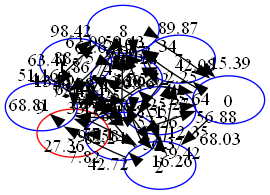
This is Projekt/rysunek.png from Erdahil/AiSD2-projekt, a Graphviz export, as it was before one commit. Its source is kept beside it as Projekt/rysunek.dot. Its diagram source:
```dot
digraph G {
    layout=sfdp;
    0 [pos="-49.8,-14.22!", label="0", color="blue"];
    1 [pos="-33.79,-45.75!", label="1", color="blue"];
    2 [pos="-40.56,-12.18!", label="2", color="blue"];
    3 [pos="83.63,-53.39!", label="3", color="red"];
    4 [pos="-86.33,14.37!", label="4", color="blue"];
    5 [pos="-28.54,7.28!", label="5", color="blue"];
    6 [pos="83.96,-93.85!", label="6", color="blue"];
    7 [pos="-56.5,7.86!", label="7", color="blue"];
    8 [pos="-53.5,-74.68!", label="8", color="blue"];
    9 [pos="3.24,-76.03!", label="9", color="blue"];
    0 -> 7 [label="2.25"];
    0 -> 2 [label="68.03"];
    0 -> 8 [label="42.08"];
    1 -> 7 [label="25.64"];
    1 -> 9 [label="33.37"];
    1 -> 4 [label="56.37"];
    1 -> 8 [label="74.92"];
    1 -> 0 [label="56.88"];
    1 -> 5 [label="20.2"];
    1 -> 3 [label="17.51"];
    1 -> 6 [label="5.6"];
    2 -> 6 [label="53.26"];
    2 -> 7 [label="12.35"];
    2 -> 4 [label="42.72"];
    2 -> 5 [label="77.1"];
    2 -> 9 [label="7.82"];
    2 -> 1 [label="59.42"];
    3 -> 9 [label="68.81"];
    4 -> 8 [label="53.3"];
    4 -> 9 [label="96.58"];
    4 -> 2 [label="16.26"];
    4 -> 3 [label="27.36"];
    4 -> 0 [label="18.55"];
    4 -> 6 [label="33.72"];
    4 -> 1 [label="22.92"];
    5 -> 3 [label="13.79"];
    5 -> 2 [label="75.25"];
    5 -> 4 [label="30.28"];
    5 -> 9 [label="51.16"];
    5 -> 7 [label="96.2"];
    5 -> 8 [label="98.42"];
    5 -> 6 [label="83.61"];
    6 -> 4 [label="58.53"];
    6 -> 7 [label="92.24"];
    6 -> 2 [label="25.27"];
    6 -> 5 [label="1.86"];
    6 -> 0 [label="5.52"];
    6 -> 9 [label="65.79"];
    6 -> 8 [label="66.63"];
    6 -> 3 [label="51.84"];
    7 -> 4 [label="16.96"];
    7 -> 8 [label="59.43"];
    7 -> 3 [label="2.5"];
    7 -> 0 [label="15.39"];
    8 -> 9 [label="88.75"];
    8 -> 0 [label="34"];
    8 -> 1 [label="61.07"];
    8 -> 6 [label="10"];
    8 -> 3 [label="18.4"];
    8 -> 5 [label="62.09"];
    8 -> 7 [label="89.87"];
    9 -> 6 [label="44.46"];
    9 -> 8 [label="63.41"];
    9 -> 2 [label="82.2"];
    9 -> 1 [label="72.45"];
}
```
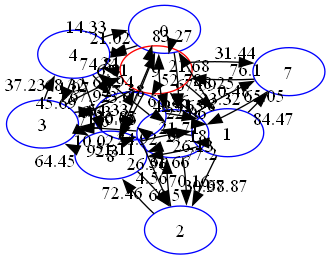
Later version of the same file.

What changed in the source:
```diff
@@ -1,68 +1,64 @@
 digraph G {
     layout=sfdp;
-    0 [pos="-49.8,-14.22!", label="0", color="blue"];
-    1 [pos="-33.79,-45.75!", label="1", color="blue"];
-    2 [pos="-40.56,-12.18!", label="2", color="blue"];
-    3 [pos="83.63,-53.39!", label="3", color="red"];
-    4 [pos="-86.33,14.37!", label="4", color="blue"];
-    5 [pos="-28.54,7.28!", label="5", color="blue"];
-    6 [pos="83.96,-93.85!", label="6", color="blue"];
-    7 [pos="-56.5,7.86!", label="7", color="blue"];
-    8 [pos="-53.5,-74.68!", label="8", color="blue"];
-    9 [pos="3.24,-76.03!", label="9", color="blue"];
-    0 -> 7 [label="2.25"];
-    0 -> 2 [label="68.03"];
-    0 -> 8 [label="42.08"];
-    1 -> 7 [label="25.64"];
-    1 -> 9 [label="33.37"];
-    1 -> 4 [label="56.37"];
-    1 -> 8 [label="74.92"];
-    1 -> 0 [label="56.88"];
-    1 -> 5 [label="20.2"];
-    1 -> 3 [label="17.51"];
-    1 -> 6 [label="5.6"];
-    2 -> 6 [label="53.26"];
-    2 -> 7 [label="12.35"];
-    2 -> 4 [label="42.72"];
-    2 -> 5 [label="77.1"];
-    2 -> 9 [label="7.82"];
-    2 -> 1 [label="59.42"];
-    3 -> 9 [label="68.81"];
-    4 -> 8 [label="53.3"];
-    4 -> 9 [label="96.58"];
-    4 -> 2 [label="16.26"];
-    4 -> 3 [label="27.36"];
-    4 -> 0 [label="18.55"];
-    4 -> 6 [label="33.72"];
-    4 -> 1 [label="22.92"];
-    5 -> 3 [label="13.79"];
-    5 -> 2 [label="75.25"];
-    5 -> 4 [label="30.28"];
-    5 -> 9 [label="51.16"];
-    5 -> 7 [label="96.2"];
-    5 -> 8 [label="98.42"];
-    5 -> 6 [label="83.61"];
-    6 -> 4 [label="58.53"];
-    6 -> 7 [label="92.24"];
-    6 -> 2 [label="25.27"];
-    6 -> 5 [label="1.86"];
-    6 -> 0 [label="5.52"];
-    6 -> 9 [label="65.79"];
-    6 -> 8 [label="66.63"];
-    6 -> 3 [label="51.84"];
-    7 -> 4 [label="16.96"];
-    7 -> 8 [label="59.43"];
-    7 -> 3 [label="2.5"];
-    7 -> 0 [label="15.39"];
-    8 -> 9 [label="88.75"];
-    8 -> 0 [label="34"];
-    8 -> 1 [label="61.07"];
-    8 -> 6 [label="10"];
-    8 -> 3 [label="18.4"];
-    8 -> 5 [label="62.09"];
-    8 -> 7 [label="89.87"];
-    9 -> 6 [label="44.46"];
-    9 -> 8 [label="63.41"];
-    9 -> 2 [label="82.2"];
-    9 -> 1 [label="72.45"];
+    0 [pos="87.97,-48.07!", label="0", color="blue"];
+    1 [pos="-8.39,-94.86!", label="1", color="blue"];
+    2 [pos="-27.71,-21.84!", label="2", color="blue"];
+    3 [pos="-1.74,-19.75!", label="3", color="blue"];
+    4 [pos="89.99,22.27!", label="4", color="blue"];
+    5 [pos="-42.78,27.21!", label="5", color="blue"];
+    6 [pos="-92.55,37.25!", label="6", color="blue"];
+    7 [pos="49.07,-7.52!", label="7", color="blue"];
+    8 [pos="-81.41,28.55!", label="8", color="blue"];
+    9 [pos="-91.2,14.77!", label="9", color="red"];
+    0 -> 8 [label="53.07"];
+    0 -> 9 [label="21.68"];
+    0 -> 4 [label="21.02"];
+    0 -> 6 [label="67.59"];
+    1 -> 9 [label="68.86"];
+    1 -> 6 [label="77.2"];
+    1 -> 2 [label="97.87"];
+    1 -> 8 [label="31.66"];
+    1 -> 5 [label="26.13"];
+    1 -> 7 [label="84.47"];
+    1 -> 0 [label="23.32"];
+    2 -> 6 [label="70.16"];
+    2 -> 8 [label="72.46"];
+    3 -> 9 [label="68.32"];
+    3 -> 8 [label="71.6"];
+    3 -> 4 [label="37.23"];
+    3 -> 5 [label="45.69"];
+    4 -> 0 [label="14.33"];
+    4 -> 8 [label="1.07"];
+    4 -> 5 [label="6.81"];
+    4 -> 9 [label="74.81"];
+    4 -> 3 [label="67.92"];
+    5 -> 6 [label="22.06"];
+    5 -> 1 [label="41.98"];
+    5 -> 8 [label="92.3"];
+    5 -> 9 [label="66.94"];
+    5 -> 3 [label="30.06"];
+    5 -> 2 [label="4.56"];
+    5 -> 0 [label="27.58"];
+    6 -> 4 [label="54.33"];
+    6 -> 7 [label="0.48"];
+    6 -> 1 [label="27.18"];
+    6 -> 2 [label="30.68"];
+    6 -> 0 [label="52.78"];
+    6 -> 8 [label="26.96"];
+    6 -> 3 [label="10.02"];
+    6 -> 5 [label="24.92"];
+    7 -> 9 [label="76.1"];
+    7 -> 6 [label="65.05"];
+    8 -> 2 [label="60.5"];
+    8 -> 3 [label="64.45"];
+    8 -> 6 [label="51.11"];
+    8 -> 1 [label="21.71"];
+    9 -> 3 [label="6.63"];
+    9 -> 8 [label="36.85"];
+    9 -> 0 [label="83.27"];
+    9 -> 7 [label="31.44"];
+    9 -> 1 [label="48.25"];
+    9 -> 5 [label="49.51"];
+    9 -> 6 [label="25.65"];
+    9 -> 4 [label="24"];
 }
```
